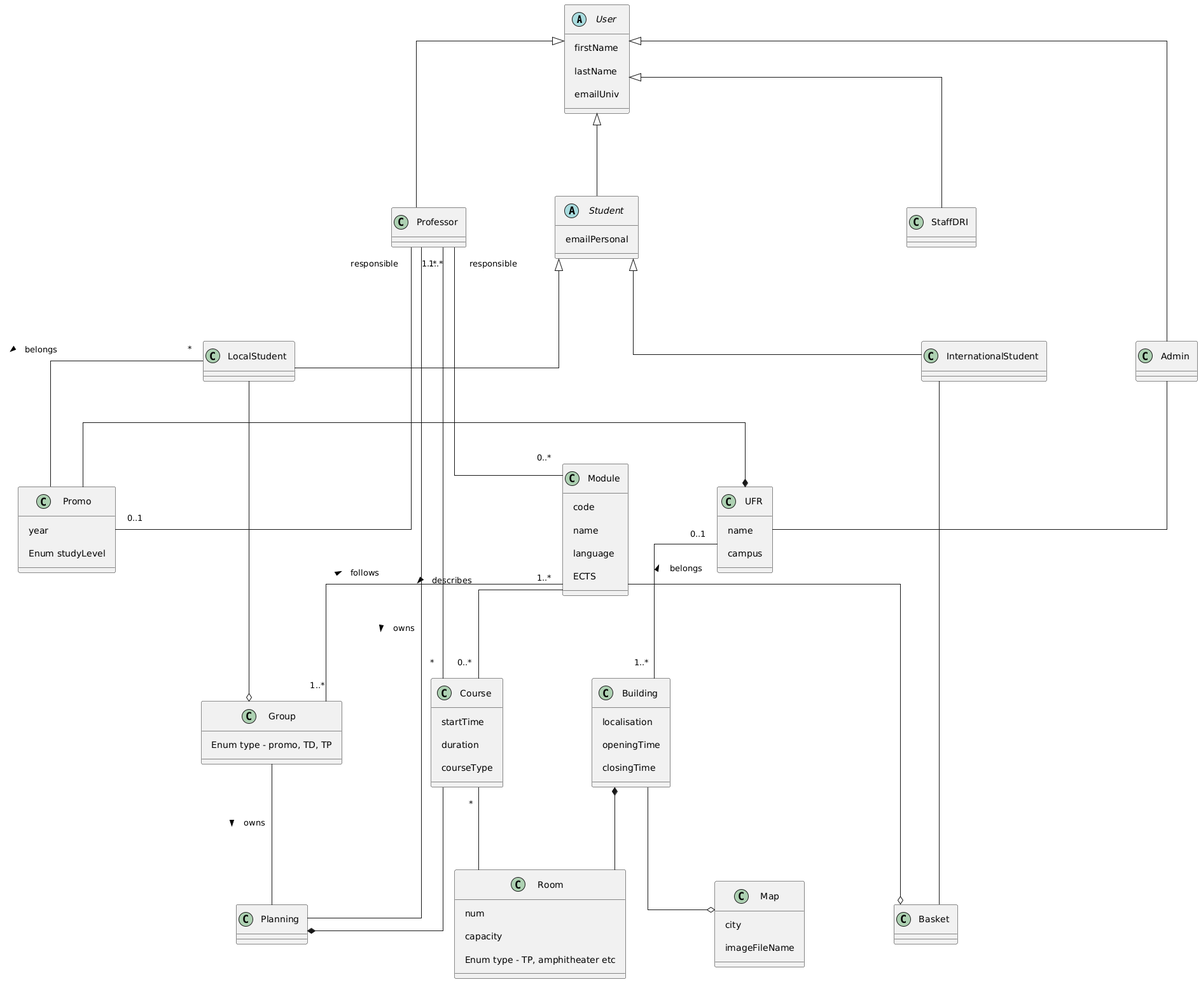
JoshuaDixon23/Hyperplanning keeps this PlantUML diagram as diagrams/ClassesDiagramCompetitiveVersion.png. Above is the earlier version.
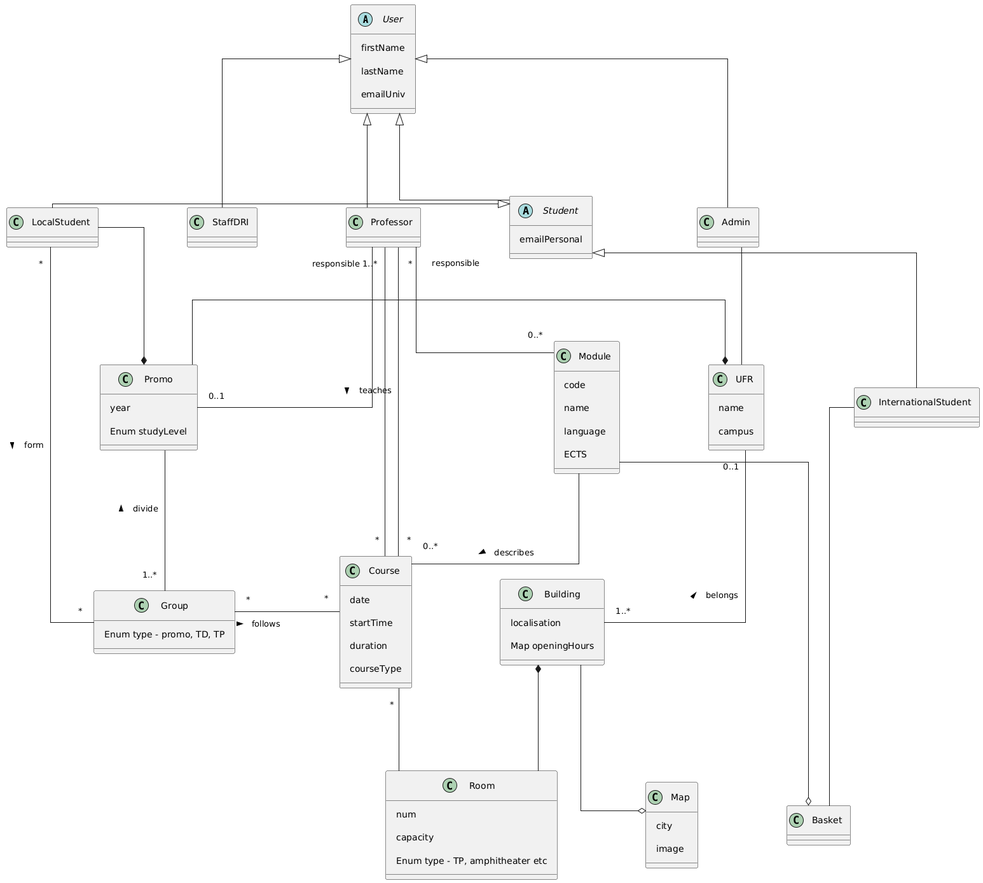
Above is the later version.

Commit message:
fix : New version of ClassesDiagram with better analysis

Diff of the diagram source:
```diff
@@ -34,8 +34,8 @@
 Student -u-|> User
 StaffDRI -u-|> User
 Admin -u-|> User
-LocalStudent -u-|> Student
-InternationalStudent -u-|> Student
+LocalStudent -r-|> Student
+InternationalStudent -l-|> Student
 
 class Promo{
     year
@@ -59,6 +59,7 @@
 }
 
 class Course{
+    date
     startTime
     duration
     courseType
@@ -66,8 +67,7 @@
 
 class Building{
     localisation
-    openingTime
-    closingTime
+    Map openingHours
 }
 
 class Room{
@@ -78,11 +78,9 @@
 
 class Map{
     city
-    imageFileName
+    image
 }
 
-class Planning {
-}
 
 class Basket{
 }
@@ -112,15 +110,15 @@
 Professor "responsible" -r- "0..*" Module
 Professor "1..*" -d- "*" Course
 
-LocalStudent "*" -d- Promo : belongs >
-LocalStudent -d-o Group
+LocalStudent -d-* Promo
+LocalStudent "*"-d-"*" Group : form >
 
 Module-d- "0..*" Course : describes >
 
+Promo -d-"1..*" Group : divide <
 
 UFR *-l- Promo
 
-Group "1..*" -r- "1..*" Module : follows >
 
 Building *-d- Room
 Building -r-o Map
@@ -128,9 +126,8 @@
 
 Room -u- "*" Course
 
-Planning *-u- Course
-Planning -l- "1..*" Professor : owns <
-Planning -u- Group: owns <
+Professor "*"--"*" Course : teaches >
+Group "*"--"*" Course : follows >
 
 Basket o-u- Module
 Basket -l- InternationalStudent
```
